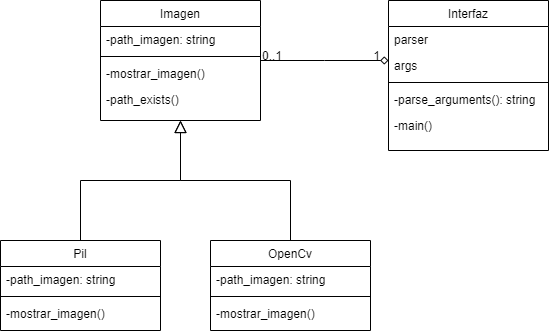
This is diagrama_lab5.png from mareyes1/lab1, a draw.io export, as it was before one commit. Source tidied: cells renumbered, new cells last; positions are measured from the earlier drawing's top-left corner, leaving out a move shared by most shapes. The source it was exported from:
```xml
<mxGraphModel>
  <root>
    <mxCell id="0" />
    <mxCell id="1" parent="0" />
    <mxCell id="2" value="Imagen" style="swimlane;fontStyle=0;align=center;verticalAlign=top;horizontal=1;startSize=26;rounded=0;shadow=0;strokeWidth=1;" parent="1" vertex="1">
      <mxGeometry x="100" width="160" height="120" as="geometry" />
    </mxCell>
    <mxCell id="3" value="-path_imagen: string" style="text;align=left;verticalAlign=top;spacingLeft=4;spacingRight=4;overflow=hidden;" parent="2" vertex="1">
      <mxGeometry y="26" width="160" height="26" as="geometry" />
    </mxCell>
    <mxCell id="4" style="line;html=1;strokeWidth=1;align=left;verticalAlign=middle;spacingTop=-1;spacingLeft=3;spacingRight=3;labelPosition=right;" parent="2" vertex="1">
      <mxGeometry y="52" width="160" height="8" as="geometry" />
    </mxCell>
    <mxCell id="5" value="-mostrar_imagen()" style="text;align=left;verticalAlign=top;spacingLeft=4;spacingRight=4;overflow=hidden;" parent="2" vertex="1">
      <mxGeometry y="60" width="160" height="26" as="geometry" />
    </mxCell>
    <mxCell id="6" value="-path_exists()" style="text;align=left;verticalAlign=top;spacingLeft=4;spacingRight=4;overflow=hidden;" parent="2" vertex="1">
      <mxGeometry y="86" width="160" height="26" as="geometry" />
    </mxCell>
    <mxCell id="7" value="Pil" style="swimlane;fontStyle=0;align=center;verticalAlign=top;horizontal=1;startSize=26;rounded=0;shadow=0;strokeWidth=1;" parent="1" vertex="1">
      <mxGeometry y="240" width="160" height="90" as="geometry" />
    </mxCell>
    <mxCell id="8" value="-path_imagen: string" style="text;align=left;verticalAlign=top;spacingLeft=4;spacingRight=4;overflow=hidden;" parent="7" vertex="1">
      <mxGeometry y="26" width="160" height="26" as="geometry" />
    </mxCell>
    <mxCell id="9" style="line;html=1;strokeWidth=1;align=left;verticalAlign=middle;spacingTop=-1;spacingLeft=3;spacingRight=3;labelPosition=right;" parent="7" vertex="1">
      <mxGeometry y="52" width="160" height="8" as="geometry" />
    </mxCell>
    <mxCell id="10" value="-mostrar_imagen()" style="text;align=left;verticalAlign=top;spacingLeft=4;spacingRight=4;overflow=hidden;fontStyle=0;" parent="7" vertex="1">
      <mxGeometry y="60" width="160" height="26" as="geometry" />
    </mxCell>
    <mxCell id="11" style="endArrow=block;endSize=10;endFill=0;shadow=0;strokeWidth=1;rounded=0;edgeStyle=elbowEdgeStyle;elbow=vertical;" parent="1" edge="1" source="7" target="2">
      <mxGeometry relative="1" as="geometry" />
    </mxCell>
    <mxCell id="12" value="OpenCv" style="swimlane;fontStyle=0;align=center;verticalAlign=top;horizontal=1;startSize=26;rounded=0;shadow=0;strokeWidth=1;" parent="1" vertex="1">
      <mxGeometry x="210" y="240" width="160" height="90" as="geometry" />
    </mxCell>
    <mxCell id="13" value="-path_imagen: string" style="text;align=left;verticalAlign=top;spacingLeft=4;spacingRight=4;overflow=hidden;" parent="12" vertex="1">
      <mxGeometry y="26" width="160" height="26" as="geometry" />
    </mxCell>
    <mxCell id="14" style="line;html=1;strokeWidth=1;align=left;verticalAlign=middle;spacingTop=-1;spacingLeft=3;spacingRight=3;labelPosition=right;" parent="12" vertex="1">
      <mxGeometry y="52" width="160" height="8" as="geometry" />
    </mxCell>
    <mxCell id="15" value="-mostrar_imagen()" style="text;align=left;verticalAlign=top;spacingLeft=4;spacingRight=4;overflow=hidden;" parent="12" vertex="1">
      <mxGeometry y="60" width="160" height="26" as="geometry" />
    </mxCell>
    <mxCell id="16" style="endArrow=block;endSize=10;endFill=0;shadow=0;strokeWidth=1;rounded=0;edgeStyle=elbowEdgeStyle;elbow=vertical;" parent="1" edge="1" source="12" target="2">
      <mxGeometry relative="1" as="geometry" />
    </mxCell>
    <mxCell id="17" value="Interfaz" style="swimlane;fontStyle=0;align=center;verticalAlign=top;horizontal=1;startSize=26;rounded=0;shadow=0;strokeWidth=1;" parent="1" vertex="1">
      <mxGeometry x="388" width="160" height="150" as="geometry" />
    </mxCell>
    <mxCell id="18" value="parser" style="text;align=left;verticalAlign=top;spacingLeft=4;spacingRight=4;overflow=hidden;" parent="17" vertex="1">
      <mxGeometry y="26" width="160" height="26" as="geometry" />
    </mxCell>
    <mxCell id="19" value="args" style="text;align=left;verticalAlign=top;spacingLeft=4;spacingRight=4;overflow=hidden;rounded=0;shadow=0;html=0;" parent="17" vertex="1">
      <mxGeometry y="52" width="160" height="26" as="geometry" />
    </mxCell>
    <mxCell id="20" style="line;html=1;strokeWidth=1;align=left;verticalAlign=middle;spacingTop=-1;spacingLeft=3;spacingRight=3;labelPosition=right;" parent="17" vertex="1">
      <mxGeometry y="78" width="160" height="8" as="geometry" />
    </mxCell>
    <mxCell id="21" value="-parse_arguments(): string" style="text;align=left;verticalAlign=top;spacingLeft=4;spacingRight=4;overflow=hidden;" parent="17" vertex="1">
      <mxGeometry y="86" width="160" height="26" as="geometry" />
    </mxCell>
    <mxCell id="22" value="-main()" style="text;align=left;verticalAlign=top;spacingLeft=4;spacingRight=4;overflow=hidden;" parent="17" vertex="1">
      <mxGeometry y="112" width="160" height="26" as="geometry" />
    </mxCell>
    <mxCell id="23" style="endArrow=diamond;shadow=0;strokeWidth=1;rounded=0;endFill=0;edgeStyle=elbowEdgeStyle;elbow=vertical;" parent="1" edge="1" source="2" target="17">
      <mxGeometry x="0.5" y="41" relative="1" as="geometry">
        <mxPoint x="-40" y="32" as="offset" />
      </mxGeometry>
    </mxCell>
    <mxCell id="24" value="0..1" style="align=left;verticalAlign=bottom;labelBackgroundColor=none;fontSize=12;" parent="23" vertex="1">
      <mxGeometry x="-1" relative="1" as="geometry">
        <mxPoint y="4" as="offset" />
      </mxGeometry>
    </mxCell>
    <mxCell id="25" value="1" style="align=right;verticalAlign=bottom;labelBackgroundColor=none;fontSize=12;" parent="23" vertex="1">
      <mxGeometry x="1" relative="1" as="geometry">
        <mxPoint x="-7" y="4" as="offset" />
      </mxGeometry>
    </mxCell>
  </root>
</mxGraphModel>
```
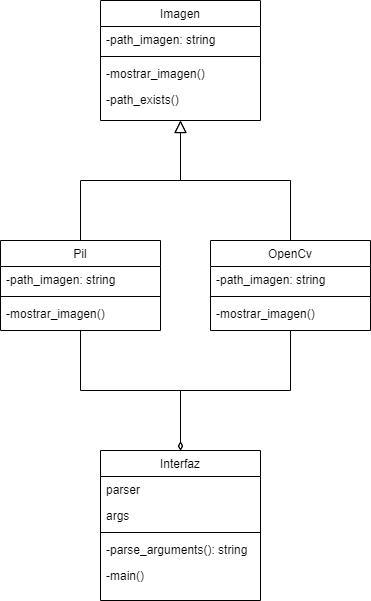
The same file after the commit.

Diff of the diagram source:
```diff
@@ -17,6 +17,9 @@
     <mxCell id="6" value="-path_exists()" style="text;align=left;verticalAlign=top;spacingLeft=4;spacingRight=4;overflow=hidden;" parent="2" vertex="1">
       <mxGeometry y="86" width="160" height="26" as="geometry" />
     </mxCell>
+    <mxCell id="26" style="edgeStyle=orthogonalEdgeStyle;rounded=0;jettySize=auto;html=1;endArrow=diamondThin;endFill=0;" parent="1" edge="1" source="7" target="17">
+      <mxGeometry relative="1" as="geometry" />
+    </mxCell>
     <mxCell id="7" value="Pil" style="swimlane;fontStyle=0;align=center;verticalAlign=top;horizontal=1;startSize=26;rounded=0;shadow=0;strokeWidth=1;" parent="1" vertex="1">
       <mxGeometry y="240" width="160" height="90" as="geometry" />
     </mxCell>
@@ -32,6 +35,9 @@
     <mxCell id="11" style="endArrow=block;endSize=10;endFill=0;shadow=0;strokeWidth=1;rounded=0;edgeStyle=elbowEdgeStyle;elbow=vertical;" parent="1" edge="1" source="7" target="2">
       <mxGeometry relative="1" as="geometry" />
     </mxCell>
+    <mxCell id="27" style="edgeStyle=orthogonalEdgeStyle;rounded=0;jettySize=auto;html=1;entryX=0.5;entryY=0;entryDx=0;entryDy=0;endArrow=diamondThin;endFill=0;" parent="1" edge="1" source="12" target="17">
+      <mxGeometry relative="1" as="geometry" />
+    </mxCell>
     <mxCell id="12" value="OpenCv" style="swimlane;fontStyle=0;align=center;verticalAlign=top;horizontal=1;startSize=26;rounded=0;shadow=0;strokeWidth=1;" parent="1" vertex="1">
       <mxGeometry x="210" y="240" width="160" height="90" as="geometry" />
     </mxCell>
@@ -48,7 +54,7 @@
       <mxGeometry relative="1" as="geometry" />
     </mxCell>
     <mxCell id="17" value="Interfaz" style="swimlane;fontStyle=0;align=center;verticalAlign=top;horizontal=1;startSize=26;rounded=0;shadow=0;strokeWidth=1;" parent="1" vertex="1">
-      <mxGeometry x="388" width="160" height="150" as="geometry" />
+      <mxGeometry x="100" y="450" width="160" height="150" as="geometry" />
     </mxCell>
     <mxCell id="18" value="parser" style="text;align=left;verticalAlign=top;spacingLeft=4;spacingRight=4;overflow=hidden;" parent="17" vertex="1">
       <mxGeometry y="26" width="160" height="26" as="geometry" />
@@ -65,20 +71,5 @@
     <mxCell id="22" value="-main()" style="text;align=left;verticalAlign=top;spacingLeft=4;spacingRight=4;overflow=hidden;" parent="17" vertex="1">
       <mxGeometry y="112" width="160" height="26" as="geometry" />
     </mxCell>
-    <mxCell id="23" style="endArrow=diamond;shadow=0;strokeWidth=1;rounded=0;endFill=0;edgeStyle=elbowEdgeStyle;elbow=vertical;" parent="1" edge="1" source="2" target="17">
-      <mxGeometry x="0.5" y="41" relative="1" as="geometry">
-        <mxPoint x="-40" y="32" as="offset" />
-      </mxGeometry>
-    </mxCell>
-    <mxCell id="24" value="0..1" style="align=left;verticalAlign=bottom;labelBackgroundColor=none;fontSize=12;" parent="23" vertex="1">
-      <mxGeometry x="-1" relative="1" as="geometry">
-        <mxPoint y="4" as="offset" />
-      </mxGeometry>
-    </mxCell>
-    <mxCell id="25" value="1" style="align=right;verticalAlign=bottom;labelBackgroundColor=none;fontSize=12;" parent="23" vertex="1">
-      <mxGeometry x="1" relative="1" as="geometry">
-        <mxPoint x="-7" y="4" as="offset" />
-      </mxGeometry>
-    </mxCell>
   </root>
 </mxGraphModel>
```
